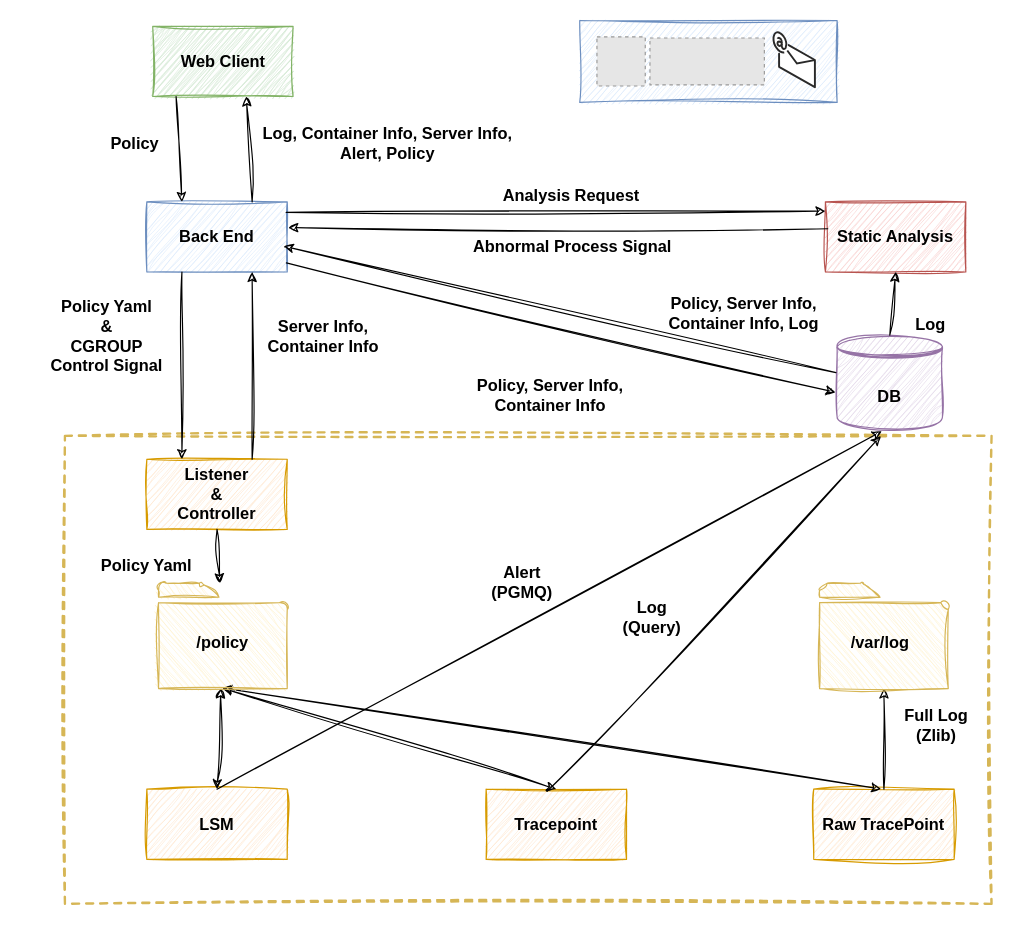
Above: page "페이지-2" (2 of 3) of yamong/yamong.drawio in bob-yamong/drawio (draw.io), before the change. Source tidied: cells renumbered, new cells numbered last; positions are measured from the earlier drawing's top-left corner, leaving out a move shared by most shapes. Both pictures are drawn from the tidied source at 117%, with x=0, y=0 at pixel (20, 20). Pictures stored in the file or linked from it are replaced by grey dashed boxes.
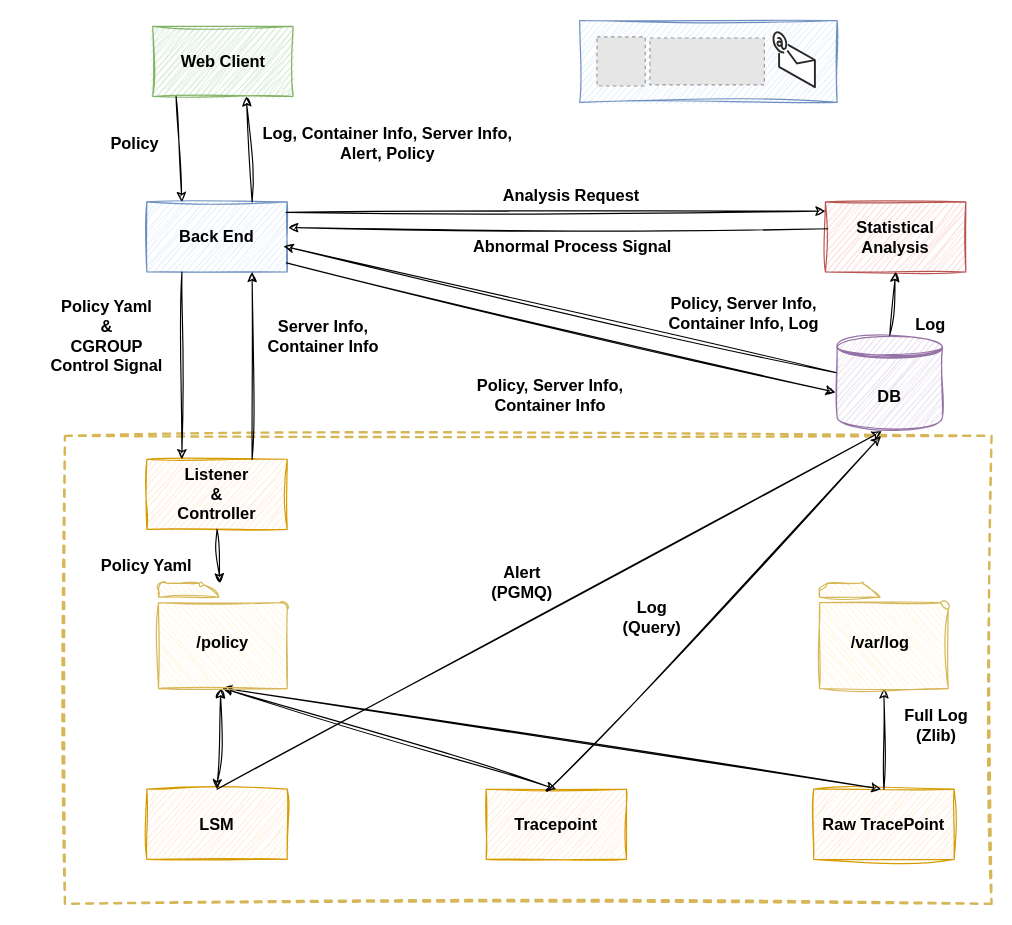
The same diagram, later.

Change to the diagram source:
```diff
@@
-    <mxCell id="10" value="Static Analysis" style="whiteSpace=wrap;html=1;sketch=1;curveFitting=1;jiggle=2;fontSize=14;fillColor=#f8cecc;strokeColor=#b85450;fontStyle=1;" parent="1" vertex="1">
+    <mxCell id="10" value="Statistical Analysis" style="whiteSpace=wrap;html=1;sketch=1;curveFitting=1;jiggle=2;fontSize=14;fillColor=#f8cecc;strokeColor=#b85450;fontStyle=1;" parent="1" vertex="1">
       <mxGeometry x="688" y="155" width="120" height="60" as="geometry" />
     </mxCell>
```
